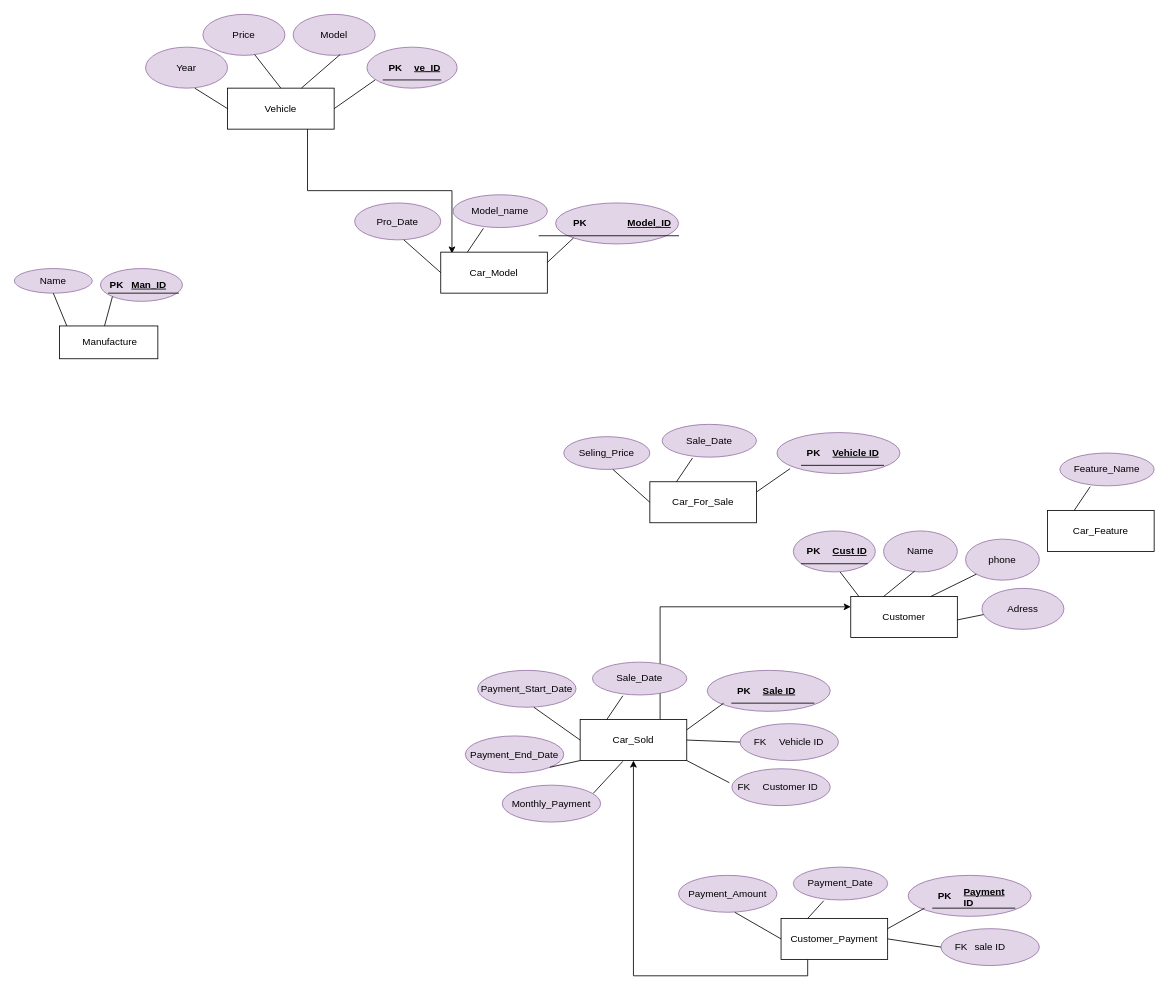
mawadaelmeshad/Car_Sales_Company keeps this draw.io diagram as ERD/Untitled Diagram.drawio. Above is the earlier version. Source tidied: cells renumbered, new cells numbered last; positions are measured from the earlier drawing's top-left corner, leaving out a move shared by most shapes. Both pictures are drawn from the tidied source at 82%, with x=0, y=0 at pixel (14, 14).
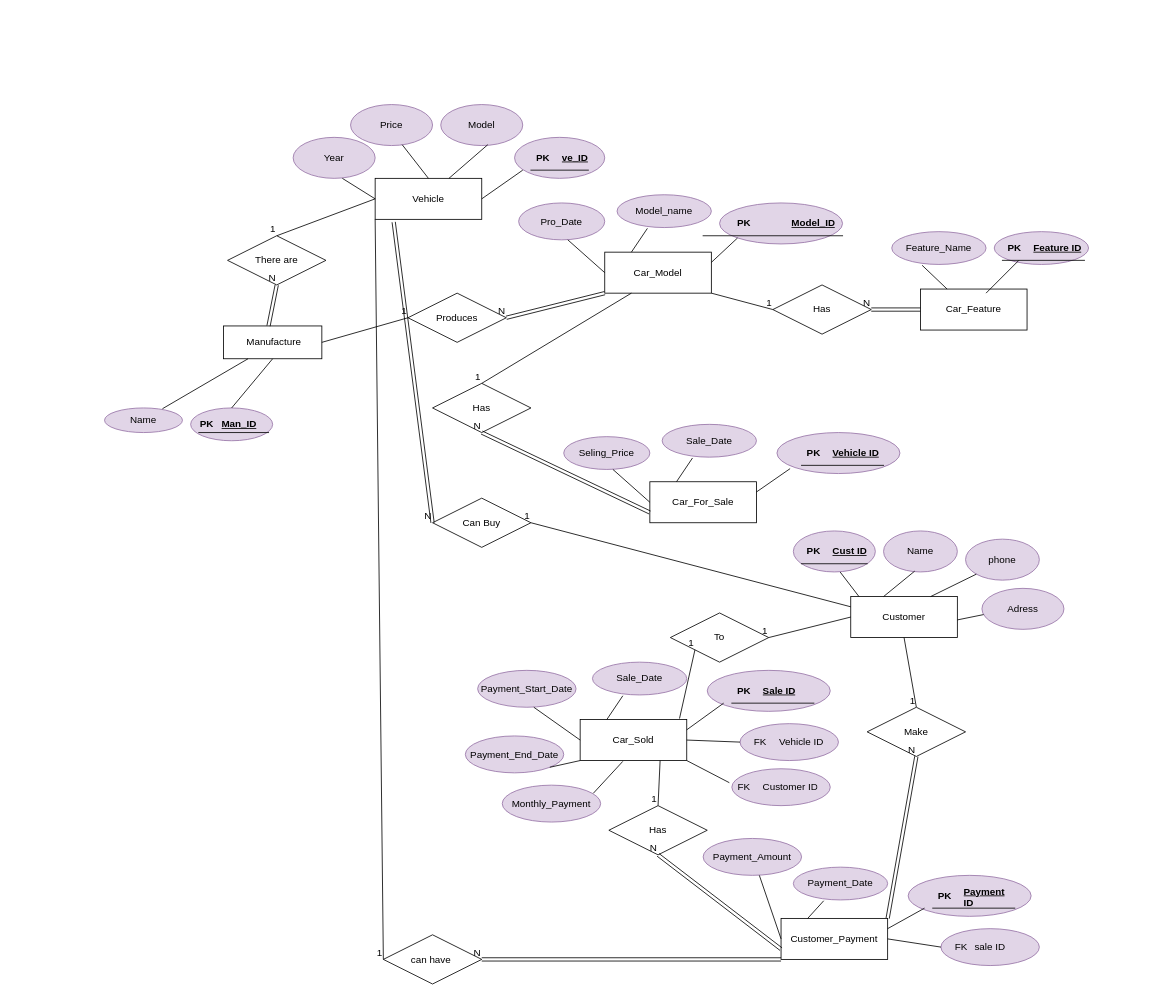
Above is the later version.

The change refers to these unchanged cells:
```xml
<mxCell id="14" value="Customer" style="rounded=0;whiteSpace=wrap;html=1;" parent="1" vertex="1">
  <mxGeometry x="1020" y="710" width="130" height="50" as="geometry" />
</mxCell>
<mxCell id="49" value="Car_For_Sale" style="rounded=0;whiteSpace=wrap;html=1;" parent="1" vertex="1">
  <mxGeometry x="775" y="570" width="130" height="50" as="geometry" />
</mxCell>
<mxCell id="64" value="Car_Sold" style="rounded=0;whiteSpace=wrap;html=1;" parent="1" vertex="1">
  <mxGeometry x="690" y="860" width="130" height="50" as="geometry" />
</mxCell>
<mxCell id="92" value="Customer_Payment" style="rounded=0;whiteSpace=wrap;html=1;" parent="1" vertex="1">
  <mxGeometry x="935" y="1102.5" width="130" height="50" as="geometry" />
</mxCell>
```

What changed in the source:
```diff
@@
-    <mxCell id="2" style="edgeStyle=orthogonalEdgeStyle;rounded=0;jettySize=auto;html=1;exitX=0.75;exitY=1;exitDx=0;exitDy=0;entryX=0.105;entryY=0.033;entryDx=0;entryDy=0;entryPerimeter=0;" parent="1" edge="1" source="3" target="38">
-      <mxGeometry relative="1" as="geometry" />
-    </mxCell>
     <mxCell id="3" value="Vehicle" style="rounded=0;whiteSpace=wrap;html=1;" parent="1" vertex="1">
-      <mxGeometry x="260" y="90" width="130" height="50" as="geometry" />
+      <mxGeometry x="440" y="200" width="130" height="50" as="geometry" />
     </mxCell>
     <mxCell id="4" value="  Model    " style="ellipse;whiteSpace=wrap;html=1;fillColor=#e1d5e7;strokeColor=#9673a6;" parent="1" vertex="1">
-      <mxGeometry x="340" width="100" height="50" as="geometry" />
+      <mxGeometry x="520" y="110" width="100" height="50" as="geometry" />
     </mxCell>
     <mxCell id="5" style="endArrow=none;html=1;rounded=0;entryX=0.573;entryY=0.98;entryDx=0;entryDy=0;entryPerimeter=0;" parent="1" edge="1" target="4">
       <mxGeometry relative="1" as="geometry">
-        <mxPoint x="350" y="90" as="sourcePoint" />
+        <mxPoint x="530" y="200" as="sourcePoint" />
       </mxGeometry>
     </mxCell>
     <mxCell id="6" value=" Price   " style="ellipse;whiteSpace=wrap;html=1;fillColor=#e1d5e7;strokeColor=#9673a6;" parent="1" vertex="1">
-      <mxGeometry x="230" width="100" height="50" as="geometry" />
+      <mxGeometry x="410" y="110" width="100" height="50" as="geometry" />
     </mxCell>
     <mxCell id="7" style="endArrow=none;html=1;rounded=0;entryX=0.573;entryY=0.98;entryDx=0;entryDy=0;entryPerimeter=0;exitX=0.5;exitY=0;exitDx=0;exitDy=0;" parent="1" edge="1" source="3">
       <mxGeometry relative="1" as="geometry">
-        <mxPoint x="293" y="49" as="targetPoint" />
+        <mxPoint x="473" y="159" as="targetPoint" />
       </mxGeometry>
     </mxCell>
     <mxCell id="8" style="ellipse;whiteSpace=wrap;html=1;fillColor=#e1d5e7;strokeColor=#9673a6;" parent="1" vertex="1">
-      <mxGeometry x="430" y="40" width="110" height="50" as="geometry" />
+      <mxGeometry x="610" y="150" width="110" height="50" as="geometry" />
     </mxCell>
     <mxCell id="9" style="shape=table;startSize=0;childLayout=tableLayout;rowLines=0;fontStyle=0;align=center;strokeColor=none;fillColor=none;" parent="1" vertex="1">
-      <mxGeometry x="450" y="50" width="70" height="30" as="geometry" />
+      <mxGeometry x="630" y="160" width="70" height="30" as="geometry" />
     </mxCell>
@@
     <mxCell id="13" style="endArrow=none;html=1;rounded=0;exitX=1;exitY=0.5;exitDx=0;exitDy=0;" parent="1" edge="1" source="3">
       <mxGeometry relative="1" as="geometry">
-        <mxPoint x="440" y="80" as="targetPoint" />
+        <mxPoint x="620" y="190" as="targetPoint" />
       </mxGeometry>
     </mxCell>
@@
     <mxCell id="27" value="Year" style="ellipse;whiteSpace=wrap;html=1;fillColor=#e1d5e7;strokeColor=#9673a6;" parent="1" vertex="1">
-      <mxGeometry x="160" y="40" width="100" height="50" as="geometry" />
+      <mxGeometry x="340" y="150" width="100" height="50" as="geometry" />
     </mxCell>
     <mxCell id="28" style="endArrow=none;html=1;rounded=0;exitX=0;exitY=0.5;exitDx=0;exitDy=0;" parent="1" edge="1" source="3">
       <mxGeometry relative="1" as="geometry">
-        <mxPoint x="220" y="90" as="targetPoint" />
+        <mxPoint x="400" y="200" as="targetPoint" />
       </mxGeometry>
     </mxCell>
     <mxCell id="29" value="&amp;nbsp;Manufacture" style="rounded=0;whiteSpace=wrap;html=1;" parent="1" vertex="1">
-      <mxGeometry x="55" y="380" width="120" height="40" as="geometry" />
+      <mxGeometry x="255" y="380" width="120" height="40" as="geometry" />
     </mxCell>
     <mxCell id="30" value="Name" style="ellipse;whiteSpace=wrap;html=1;fillColor=#e1d5e7;strokeColor=#9673a6;" parent="1" vertex="1">
-      <mxGeometry y="310" width="95" height="30" as="geometry" />
+      <mxGeometry x="110" y="480" width="95" height="30" as="geometry" />
     </mxCell>
-    <mxCell id="31" style="endArrow=none;html=1;rounded=0;entryX=0.5;entryY=1;entryDx=0;entryDy=0;exitX=0.075;exitY=0;exitDx=0;exitDy=0;exitPerimeter=0;" parent="1" edge="1" source="29" target="30">
+    <mxCell id="31" style="endArrow=none;html=1;rounded=0;entryX=0.743;entryY=0.032;entryDx=0;entryDy=0;exitX=0.25;exitY=1;exitDx=0;exitDy=0;entryPerimeter=0;" parent="1" edge="1" source="29" target="30">
       <mxGeometry relative="1" as="geometry" />
     </mxCell>
     <mxCell id="32" style="ellipse;whiteSpace=wrap;html=1;fillColor=#e1d5e7;strokeColor=#9673a6;" parent="1" vertex="1">
-      <mxGeometry x="105" y="310" width="100" height="40" as="geometry" />
+      <mxGeometry x="215" y="480" width="100" height="40" as="geometry" />
     </mxCell>
     <mxCell id="33" style="shape=table;startSize=0;childLayout=tableLayout;rowLines=0;fontStyle=0;align=center;strokeColor=none;fillColor=none;" parent="1" vertex="1">
-      <mxGeometry x="115" y="320" width="85" height="20" as="geometry" />
+      <mxGeometry x="225" y="490" width="85" height="20" as="geometry" />
     </mxCell>
@@
-    <mxCell id="37" style="endArrow=none;html=1;rounded=0;entryX=0;entryY=1;entryDx=0;entryDy=0;exitX=0.458;exitY=0;exitDx=0;exitDy=0;exitPerimeter=0;" parent="1" edge="1" source="29" target="32">
+    <mxCell id="37" style="endArrow=none;html=1;rounded=0;entryX=0.5;entryY=0;entryDx=0;entryDy=0;exitX=0.5;exitY=1;exitDx=0;exitDy=0;" parent="1" edge="1" source="29" target="32">
       <mxGeometry relative="1" as="geometry" />
     </mxCell>
     <mxCell id="38" value="Car_Model" style="rounded=0;whiteSpace=wrap;html=1;" parent="1" vertex="1">
-      <mxGeometry x="520" y="290" width="130" height="50" as="geometry" />
+      <mxGeometry x="720" y="290" width="130" height="50" as="geometry" />
     </mxCell>
     <mxCell id="39" value="Model_name" style="ellipse;whiteSpace=wrap;html=1;fillColor=#e1d5e7;strokeColor=#9673a6;" parent="1" vertex="1">
-      <mxGeometry x="535" y="220" width="115" height="40" as="geometry" />
+      <mxGeometry x="735" y="220" width="115" height="40" as="geometry" />
     </mxCell>
     <mxCell id="40" style="ellipse;whiteSpace=wrap;html=1;fillColor=#e1d5e7;strokeColor=#9673a6;" parent="1" vertex="1">
-      <mxGeometry x="660" y="230" width="150" height="50" as="geometry" />
+      <mxGeometry x="860" y="230" width="150" height="50" as="geometry" />
     </mxCell>
     <mxCell id="41" style="shape=table;startSize=0;childLayout=tableLayout;rowLines=0;fontStyle=0;align=center;strokeColor=none;fillColor=none;" parent="1" vertex="1">
-      <mxGeometry x="640" y="240" width="170" height="30" as="geometry" />
+      <mxGeometry x="840" y="240" width="170" height="30" as="geometry" />
     </mxCell>
@@
     <mxCell id="47" value="Pro_Date" style="ellipse;whiteSpace=wrap;html=1;fillColor=#e1d5e7;strokeColor=#9673a6;" parent="1" vertex="1">
-      <mxGeometry x="415" y="230" width="105" height="45" as="geometry" />
+      <mxGeometry x="615" y="230" width="105" height="45" as="geometry" />
     </mxCell>
@@
     <mxCell id="60" value="Car_Feature" style="rounded=0;whiteSpace=wrap;html=1;" parent="1" vertex="1">
-      <mxGeometry x="1260" y="605" width="130" height="50" as="geometry" />
+      <mxGeometry x="1105" y="335" width="130" height="50" as="geometry" />
     </mxCell>
     <mxCell id="61" value="Feature_Name" style="ellipse;whiteSpace=wrap;html=1;fillColor=#e1d5e7;strokeColor=#9673a6;" parent="1" vertex="1">
-      <mxGeometry x="1275" y="535" width="115" height="40" as="geometry" />
+      <mxGeometry x="1070" y="265" width="115" height="40" as="geometry" />
     </mxCell>
@@
-    <mxCell id="63" style="edgeStyle=orthogonalEdgeStyle;rounded=0;jettySize=auto;html=1;exitX=0.75;exitY=0;exitDx=0;exitDy=0;entryX=0;entryY=0.25;entryDx=0;entryDy=0;" parent="1" edge="1" source="64" target="14">
-      <mxGeometry relative="1" as="geometry" />
-    </mxCell>
@@
-    <mxCell id="91" style="edgeStyle=orthogonalEdgeStyle;rounded=0;jettySize=auto;html=1;exitX=0.25;exitY=1;exitDx=0;exitDy=0;entryX=0.5;entryY=1;entryDx=0;entryDy=0;" parent="1" edge="1" source="92" target="64">
-      <mxGeometry relative="1" as="geometry" />
-    </mxCell>
@@
     <mxCell id="101" value=" Payment_Amount" style="ellipse;whiteSpace=wrap;html=1;fillColor=#e1d5e7;strokeColor=#9673a6;" parent="1" vertex="1">
-      <mxGeometry x="810" y="1050" width="120" height="45" as="geometry" />
+      <mxGeometry x="840" y="1005" width="120" height="45" as="geometry" />
     </mxCell>
@@
+    <mxCell id="106" style="ellipse;whiteSpace=wrap;html=1;fillColor=#e1d5e7;strokeColor=#9673a6;" parent="1" vertex="1">
+      <mxGeometry x="1195" y="265" width="115" height="40" as="geometry" />
+    </mxCell>
+    <mxCell id="107" style="endArrow=none;html=1;rounded=0;" parent="1" edge="1">
+      <mxGeometry relative="1" as="geometry">
+        <mxPoint x="1185" y="340" as="sourcePoint" />
+        <mxPoint x="1225" y="300" as="targetPoint" />
+      </mxGeometry>
+    </mxCell>
+    <mxCell id="108" style="shape=table;startSize=0;childLayout=tableLayout;rowLines=0;fontStyle=0;align=center;strokeColor=none;fillColor=none;" parent="1" vertex="1">
+      <mxGeometry x="1205" y="270" width="100" height="30" as="geometry" />
+    </mxCell>
+    <mxCell id="109" style="shape=tableRow;horizontal=0;startSize=0;swimlaneHead=0;swimlaneBody=0;fillColor=none;top=0;left=0;right=0;bottom=1;" parent="108" vertex="1">
+      <mxGeometry width="100" height="30" as="geometry" />
+    </mxCell>
+    <mxCell id="110" value="PK" style="shape=partialRectangle;fillColor=none;top=0;left=0;bottom=0;right=0;fontStyle=1;overflow=hidden;whiteSpace=wrap;html=1;" parent="109" vertex="1">
+      <mxGeometry width="30" height="30" as="geometry" />
+    </mxCell>
+    <mxCell id="111" value="Feature ID" style="shape=partialRectangle;fillColor=none;top=0;left=0;bottom=0;right=0;align=left;spacingLeft=6;fontStyle=5;overflow=hidden;whiteSpace=wrap;html=1;" parent="109" vertex="1">
+      <mxGeometry x="30" width="70" height="30" as="geometry" />
+    </mxCell>
+    <mxCell id="112" value="Produces" style="shape=rhombus;perimeter=rhombusPerimeter;whiteSpace=wrap;html=1;align=center;" parent="1" vertex="1">
+      <mxGeometry x="480" y="340" width="120" height="60" as="geometry" />
+    </mxCell>
+    <mxCell id="113" style="endArrow=none;html=1;rounded=0;entryX=0;entryY=0.5;entryDx=0;entryDy=0;exitX=1;exitY=0.5;exitDx=0;exitDy=0;" parent="1" edge="1" source="29" target="112">
+      <mxGeometry relative="1" as="geometry" />
+    </mxCell>
+    <mxCell id="114" value="1" style="html=1;whiteSpace=wrap;align=right;verticalAlign=bottom;" parent="113" vertex="1">
+      <mxGeometry x="1" relative="1" as="geometry" />
+    </mxCell>
+    <mxCell id="115" style="endArrow=none;html=1;rounded=0;entryX=0;entryY=0.5;entryDx=0;entryDy=0;exitX=1;exitY=1;exitDx=0;exitDy=0;" parent="1" edge="1" source="38" target="117">
+      <mxGeometry relative="1" as="geometry" />
+    </mxCell>
+    <mxCell id="116" value="1" style="html=1;whiteSpace=wrap;align=right;verticalAlign=bottom;" parent="115" vertex="1">
+      <mxGeometry x="1" relative="1" as="geometry" />
+    </mxCell>
+    <mxCell id="117" value="Has" style="shape=rhombus;perimeter=rhombusPerimeter;whiteSpace=wrap;html=1;align=center;" parent="1" vertex="1">
+      <mxGeometry x="925" y="330" width="120" height="60" as="geometry" />
+    </mxCell>
+    <mxCell id="118" value="Has" style="shape=rhombus;perimeter=rhombusPerimeter;whiteSpace=wrap;html=1;align=center;" parent="1" vertex="1">
+      <mxGeometry x="510" y="450" width="120" height="60" as="geometry" />
+    </mxCell>
+    <mxCell id="119" style="endArrow=none;html=1;rounded=0;exitX=0.25;exitY=1;exitDx=0;exitDy=0;entryX=0.5;entryY=0;entryDx=0;entryDy=0;" parent="1" edge="1" source="38" target="118">
+      <mxGeometry relative="1" as="geometry" />
+    </mxCell>
+    <mxCell id="120" value="1" style="html=1;whiteSpace=wrap;align=right;verticalAlign=bottom;" parent="119" vertex="1">
+      <mxGeometry x="1" relative="1" as="geometry" />
+    </mxCell>
+    <mxCell id="121" style="endArrow=none;html=1;rounded=0;exitX=0;exitY=0.25;exitDx=0;exitDy=0;entryX=1;entryY=0.5;entryDx=0;entryDy=0;" parent="1" edge="1" source="14" target="123">
+      <mxGeometry relative="1" as="geometry" />
+    </mxCell>
+    <mxCell id="122" value="1" style="html=1;whiteSpace=wrap;align=right;verticalAlign=bottom;" parent="121" vertex="1">
+      <mxGeometry x="1" relative="1" as="geometry" />
+    </mxCell>
+    <mxCell id="123" value="Can Buy" style="shape=rhombus;perimeter=rhombusPerimeter;whiteSpace=wrap;html=1;align=center;" parent="1" vertex="1">
+      <mxGeometry x="510" y="590" width="120" height="60" as="geometry" />
+    </mxCell>
+    <mxCell id="124" value="can have&amp;nbsp;" style="shape=rhombus;perimeter=rhombusPerimeter;whiteSpace=wrap;html=1;align=center;" parent="1" vertex="1">
+      <mxGeometry x="450" y="1122.5" width="120" height="60" as="geometry" />
+    </mxCell>
+    <mxCell id="125" style="endArrow=none;html=1;rounded=0;entryX=0;entryY=0.5;entryDx=0;entryDy=0;exitX=0;exitY=1;exitDx=0;exitDy=0;" parent="1" edge="1" source="3" target="124">
+      <mxGeometry relative="1" as="geometry" />
+    </mxCell>
+    <mxCell id="126" value="1" style="html=1;whiteSpace=wrap;align=right;verticalAlign=bottom;" parent="125" vertex="1">
+      <mxGeometry x="1" relative="1" as="geometry" />
+    </mxCell>
+    <mxCell id="127" style="endArrow=none;html=1;rounded=0;exitX=0.5;exitY=1;exitDx=0;exitDy=0;entryX=0.5;entryY=0;entryDx=0;entryDy=0;" parent="1" edge="1" source="14" target="129">
+      <mxGeometry relative="1" as="geometry" />
+    </mxCell>
+    <mxCell id="128" value="1" style="html=1;whiteSpace=wrap;align=right;verticalAlign=bottom;" parent="127" vertex="1">
+      <mxGeometry x="1" relative="1" as="geometry" />
+    </mxCell>
+    <mxCell id="129" value="Make" style="shape=rhombus;perimeter=rhombusPerimeter;whiteSpace=wrap;html=1;align=center;" parent="1" vertex="1">
+      <mxGeometry x="1040" y="845" width="120" height="60" as="geometry" />
+    </mxCell>
+    <mxCell id="130" value="To" style="shape=rhombus;perimeter=rhombusPerimeter;whiteSpace=wrap;html=1;align=center;" parent="1" vertex="1">
+      <mxGeometry x="800" y="730" width="120" height="60" as="geometry" />
+    </mxCell>
+    <mxCell id="131" style="endArrow=none;html=1;rounded=0;entryX=1;entryY=0.5;entryDx=0;entryDy=0;exitX=0;exitY=0.5;exitDx=0;exitDy=0;" parent="1" edge="1" source="14" target="130">
+      <mxGeometry relative="1" as="geometry" />
+    </mxCell>
+    <mxCell id="132" value="1" style="html=1;whiteSpace=wrap;align=right;verticalAlign=bottom;" parent="131" vertex="1">
+      <mxGeometry x="1" relative="1" as="geometry" />
+    </mxCell>
+    <mxCell id="133" style="endArrow=none;html=1;rounded=0;exitX=0.75;exitY=1;exitDx=0;exitDy=0;entryX=0.5;entryY=0;entryDx=0;entryDy=0;" parent="1" edge="1" source="64" target="135">
+      <mxGeometry relative="1" as="geometry" />
+    </mxCell>
+    <mxCell id="134" value="1" style="html=1;whiteSpace=wrap;align=right;verticalAlign=bottom;" parent="133" vertex="1">
+      <mxGeometry x="1" relative="1" as="geometry" />
+    </mxCell>
+    <mxCell id="135" value="Has" style="shape=rhombus;perimeter=rhombusPerimeter;whiteSpace=wrap;html=1;align=center;" parent="1" vertex="1">
+      <mxGeometry x="725" y="965" width="120" height="60" as="geometry" />
+    </mxCell>
+    <mxCell id="136" style="endArrow=none;html=1;rounded=0;exitX=0;exitY=0.5;exitDx=0;exitDy=0;entryX=0.5;entryY=0;entryDx=0;entryDy=0;" parent="1" edge="1" source="3" target="138">
+      <mxGeometry relative="1" as="geometry" />
+    </mxCell>
+    <mxCell id="137" value="1" style="html=1;whiteSpace=wrap;align=right;verticalAlign=bottom;" parent="136" vertex="1">
+      <mxGeometry x="1" relative="1" as="geometry" />
+    </mxCell>
+    <mxCell id="138" value="There are" style="shape=rhombus;perimeter=rhombusPerimeter;whiteSpace=wrap;html=1;align=center;" parent="1" vertex="1">
+      <mxGeometry x="260" y="270" width="120" height="60" as="geometry" />
+    </mxCell>
+    <mxCell id="139" style="shape=link;html=1;rounded=0;entryX=0.5;entryY=1;entryDx=0;entryDy=0;exitX=0;exitY=0.75;exitDx=0;exitDy=0;" parent="1" edge="1" source="49" target="118">
+      <mxGeometry relative="1" as="geometry" />
+    </mxCell>
+    <mxCell id="140" value="N" style="html=1;whiteSpace=wrap;align=right;verticalAlign=bottom;" parent="139" vertex="1">
+      <mxGeometry x="1" relative="1" as="geometry" />
+    </mxCell>
+    <mxCell id="141" style="shape=link;html=1;rounded=0;exitX=0;exitY=1;exitDx=0;exitDy=0;entryX=1;entryY=0.5;entryDx=0;entryDy=0;" parent="1" edge="1" source="38" target="112">
+      <mxGeometry relative="1" as="geometry" />
+    </mxCell>
+    <mxCell id="142" value="N" style="html=1;whiteSpace=wrap;align=right;verticalAlign=bottom;" parent="141" vertex="1">
+      <mxGeometry x="1" relative="1" as="geometry" />
+    </mxCell>
+    <mxCell id="143" style="shape=link;html=1;rounded=0;exitX=0;exitY=0.5;exitDx=0;exitDy=0;entryX=1;entryY=0.5;entryDx=0;entryDy=0;" parent="1" edge="1" source="60" target="117">
+      <mxGeometry relative="1" as="geometry" />
+    </mxCell>
+    <mxCell id="144" value="N" style="html=1;whiteSpace=wrap;align=right;verticalAlign=bottom;" parent="143" vertex="1">
+      <mxGeometry x="1" relative="1" as="geometry" />
+    </mxCell>
+    <mxCell id="145" style="shape=link;html=1;rounded=0;entryX=0;entryY=0.5;entryDx=0;entryDy=0;exitX=0.174;exitY=1.066;exitDx=0;exitDy=0;exitPerimeter=0;" parent="1" edge="1" source="3" target="123">
+      <mxGeometry relative="1" as="geometry" />
+    </mxCell>
+    <mxCell id="146" value="N" style="html=1;whiteSpace=wrap;align=right;verticalAlign=bottom;" parent="145" vertex="1">
+      <mxGeometry x="1" relative="1" as="geometry" />
+    </mxCell>
+    <mxCell id="147" style="shape=link;html=1;rounded=0;entryX=0.5;entryY=1;entryDx=0;entryDy=0;exitX=0.458;exitY=0;exitDx=0;exitDy=0;exitPerimeter=0;" parent="1" edge="1" source="29" target="138">
+      <mxGeometry relative="1" as="geometry" />
+    </mxCell>
+    <mxCell id="148" value="N" style="html=1;whiteSpace=wrap;align=right;verticalAlign=bottom;" parent="147" vertex="1">
+      <mxGeometry x="1" relative="1" as="geometry" />
+    </mxCell>
+    <mxCell id="149" style="shape=link;html=1;rounded=0;exitX=1;exitY=0;exitDx=0;exitDy=0;entryX=0.5;entryY=1;entryDx=0;entryDy=0;" parent="1" edge="1" source="92" target="129">
+      <mxGeometry relative="1" as="geometry" />
+    </mxCell>
+    <mxCell id="150" value="N" style="html=1;whiteSpace=wrap;align=right;verticalAlign=bottom;" parent="149" vertex="1">
+      <mxGeometry x="1" relative="1" as="geometry" />
+    </mxCell>
+    <mxCell id="151" style="shape=link;html=1;rounded=0;entryX=0.5;entryY=1;entryDx=0;entryDy=0;exitX=0;exitY=0.75;exitDx=0;exitDy=0;" parent="1" edge="1" source="92" target="135">
+      <mxGeometry relative="1" as="geometry" />
+    </mxCell>
+    <mxCell id="152" value="N" style="html=1;whiteSpace=wrap;align=right;verticalAlign=bottom;" parent="151" vertex="1">
+      <mxGeometry x="1" relative="1" as="geometry" />
+    </mxCell>
+    <mxCell id="153" style="shape=link;html=1;rounded=0;entryX=1;entryY=0.5;entryDx=0;entryDy=0;exitX=0;exitY=1;exitDx=0;exitDy=0;" parent="1" edge="1" source="92" target="124">
+      <mxGeometry relative="1" as="geometry" />
+    </mxCell>
+    <mxCell id="154" value="N" style="html=1;whiteSpace=wrap;align=right;verticalAlign=bottom;" parent="153" vertex="1">
+      <mxGeometry x="1" relative="1" as="geometry" />
+    </mxCell>
+    <mxCell id="155" style="endArrow=none;html=1;rounded=0;exitX=0.932;exitY=-0.025;exitDx=0;exitDy=0;exitPerimeter=0;entryX=0;entryY=1;entryDx=0;entryDy=0;" parent="1" edge="1" source="64" target="130">
+      <mxGeometry relative="1" as="geometry" />
+    </mxCell>
+    <mxCell id="156" value="1" style="html=1;whiteSpace=wrap;align=right;verticalAlign=bottom;" parent="155" vertex="1">
+      <mxGeometry x="1" relative="1" as="geometry" />
+    </mxCell>
```
